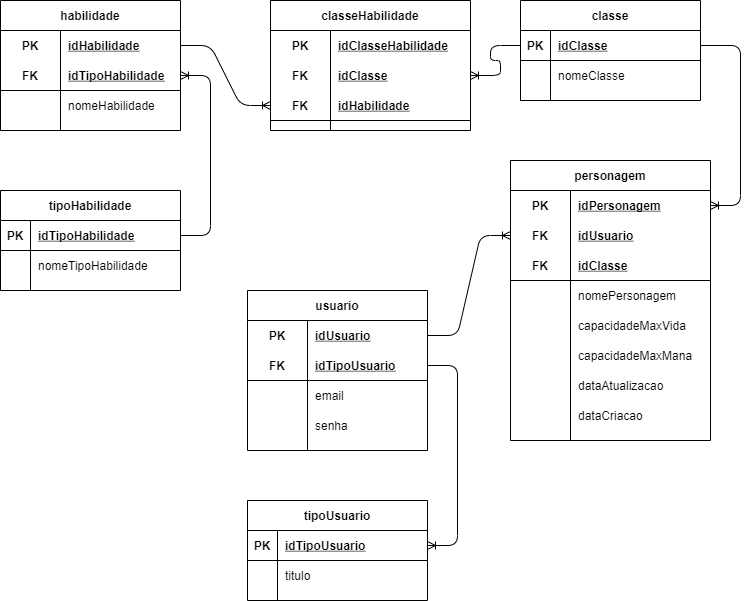
Earlier version of the draw.io export BD/Modelagem/hroadsUsuario-Logica.drawio.png (LimaGustav/SENAI_HROADS_WEBAPI). Source tidied: cells renumbered, new cells last; positions are measured from the earlier drawing's top-left corner, leaving out a move shared by most shapes.
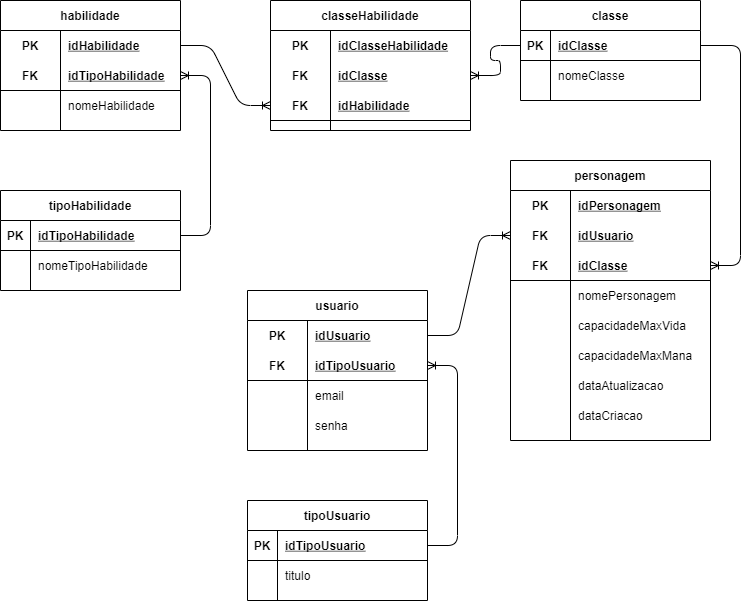
Above is the later version.

The edit, as a diff of the source:
```diff
@@ -179,7 +179,7 @@
     <mxCell id="60" value="idHabilidade" style="shape=partialRectangle;fillColor=none;top=0;left=0;bottom=0;right=0;align=left;spacingLeft=6;fontStyle=5;overflow=hidden;" parent="58" vertex="1">
       <mxGeometry x="60" width="140" height="30" as="geometry" />
     </mxCell>
-    <mxCell id="61" style="edgeStyle=entityRelationEdgeStyle;fontSize=12;html=1;endArrow=ERoneToMany;" parent="1" edge="1" source="10" target="17">
+    <mxCell id="61" style="edgeStyle=entityRelationEdgeStyle;fontSize=12;html=1;endArrow=ERoneToMany;" parent="1" edge="1" source="10" target="23">
       <mxGeometry relative="1" as="geometry" />
     </mxCell>
     <mxCell id="62" style="edgeStyle=entityRelationEdgeStyle;fontSize=12;html=1;endArrow=ERoneToMany;" parent="1" edge="1" source="10" target="55">
@@ -254,7 +254,7 @@
     <mxCell id="85" style="edgeStyle=entityRelationEdgeStyle;fontSize=12;html=1;endArrow=ERoneToMany;" parent="1" edge="1" source="73" target="20">
       <mxGeometry relative="1" as="geometry" />
     </mxCell>
-    <mxCell id="86" style="edgeStyle=entityRelationEdgeStyle;fontSize=12;html=1;endArrow=ERoneToMany;" parent="1" edge="1" source="76" target="66">
+    <mxCell id="86" style="edgeStyle=entityRelationEdgeStyle;fontSize=12;html=1;endArrow=ERoneToMany;" parent="1" edge="1" source="66" target="76">
       <mxGeometry relative="1" as="geometry" />
     </mxCell>
   </root>
```
